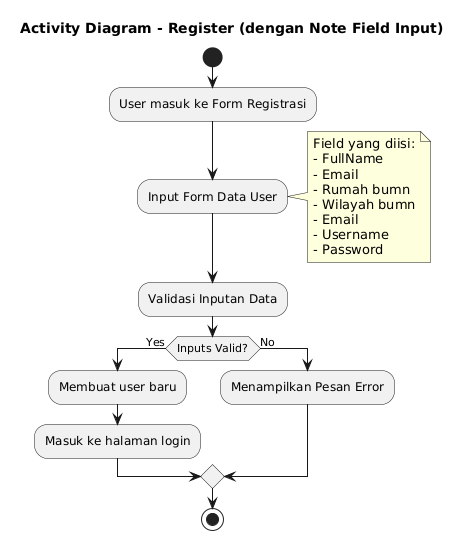
This is activity diagram/LOGIN/Register/register.png from Mrmgnt/diagram-kp, a PlantUML export, as it was before one commit.
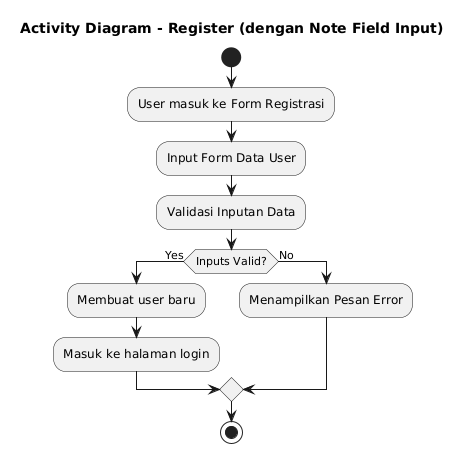
The same file after the commit.

The edit, as a diff of the source:
```diff
@@ -4,16 +4,6 @@
 start
 :User masuk ke Form Registrasi;
 :Input Form Data User;
-note right
-Field yang diisi:
-- FullName
-- Email
-- Rumah bumn
-- Wilayah bumn
-- Email
-- Username
-- Password
-end note
 :Validasi Inputan Data;
 if (Inputs Valid?) then (Yes)
   :Membuat user baru;
```
